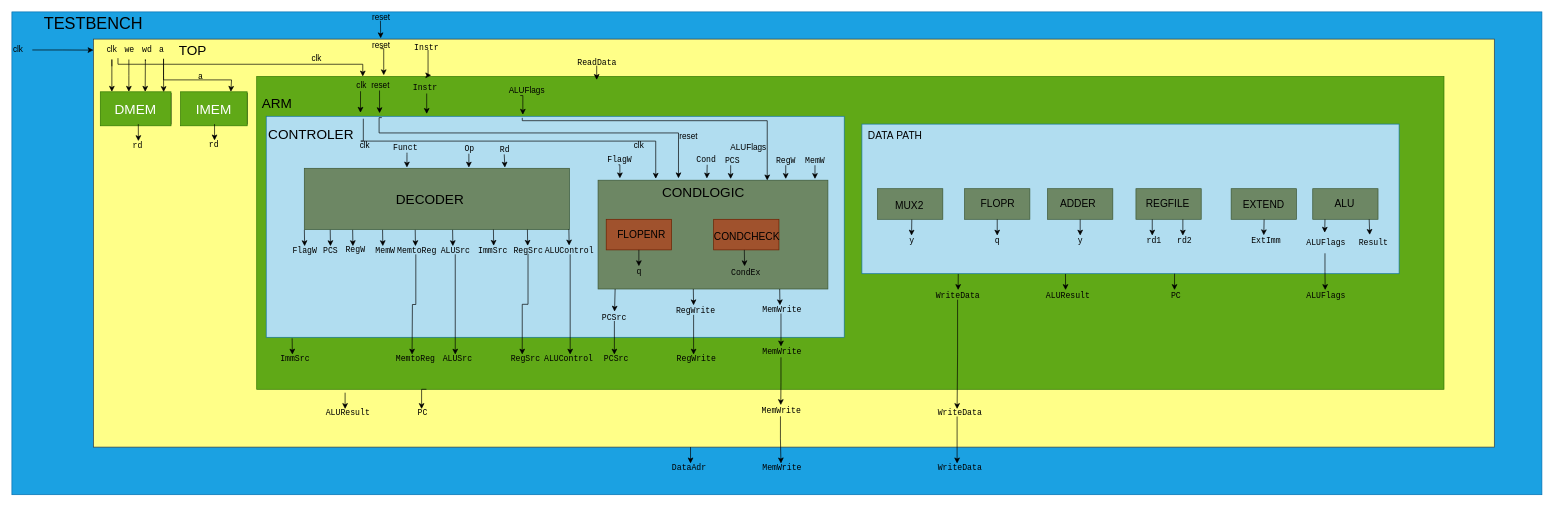
Before: ACSE.drawio in Lucas2408/ACSE, a draw.io diagram. Source tidied: cells renumbered, new cells numbered last; positions are measured from the earlier drawing's top-left corner, leaving out a move shared by most shapes. Both pictures are drawn from the tidied source at 68%, with x=0, y=0 at pixel (12, 12).
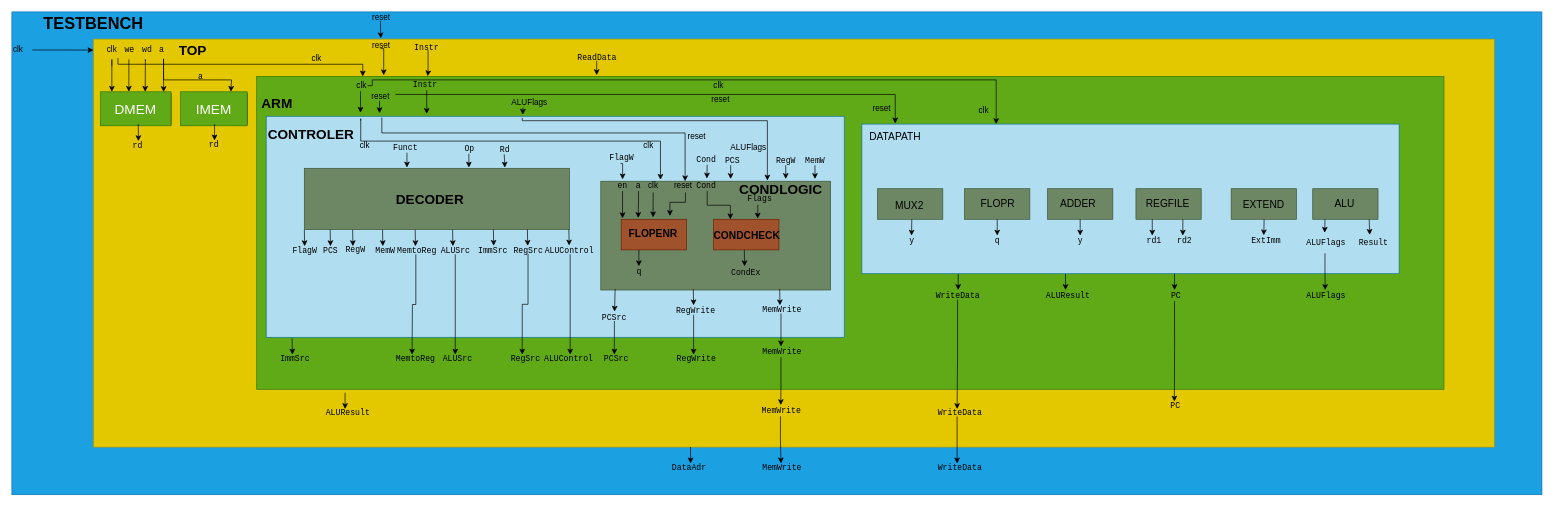
The same diagram, later.

The change refers to these unchanged cells:
```xml
<mxCell id="8" style="rounded=0;whiteSpace=wrap;html=1;fillColor=#60a917;fontColor=#ffffff;strokeColor=#2D7600;" parent="1" vertex="1">
  <mxGeometry x="360" y="95" width="1746" height="460" as="geometry" />
</mxCell>
<mxCell id="11" value="&lt;span style=&quot;font-family: monospace;&quot;&gt;Instr&lt;/span&gt;" style="text;html=1;align=left;verticalAlign=middle;whiteSpace=wrap;rounded=0;" parent="1" vertex="1">
  <mxGeometry x="590" y="47" width="44" height="9" as="geometry" />
</mxCell>
<mxCell id="17" style="rounded=0;whiteSpace=wrap;html=1;fillColor=#b1ddf0;strokeColor=#10739e;" parent="1" vertex="1">
  <mxGeometry x="374" y="153.5" width="850" height="325" as="geometry" />
</mxCell>
<mxCell id="18" style="rounded=0;whiteSpace=wrap;html=1;fillColor=#b1ddf0;strokeColor=#10739e;" parent="1" vertex="1">
  <mxGeometry x="1250" y="165" width="790" height="220" as="geometry" />
</mxCell>
<mxCell id="106" value="&lt;code&gt;PC&lt;/code&gt;" style="text;html=1;align=left;verticalAlign=middle;whiteSpace=wrap;rounded=0;" parent="1" vertex="1">
  <mxGeometry x="1702.5" y="409" width="14.5" height="16" as="geometry" />
</mxCell>
<mxCell id="141" value="clk" style="text;html=1;align=left;verticalAlign=middle;whiteSpace=wrap;rounded=0;" parent="1" vertex="1">
  <mxGeometry x="505" y="100" width="18" height="17" as="geometry" />
</mxCell>
```

What changed in the source:
```diff
@@
-    <mxCell id="3" style="rounded=0;whiteSpace=wrap;html=1;fillColor=#ffff88;strokeColor=#36393d;" parent="1" vertex="1">
+    <mxCell id="3" style="rounded=0;whiteSpace=wrap;html=1;fillColor=#e3c800;strokeColor=#B09500;fontColor=#000000;" parent="1" vertex="1">
       <mxGeometry x="120" y="40" width="2060" height="600" as="geometry" />
     </mxCell>
-    <mxCell id="4" value="&lt;font style=&quot;font-size: 24px;&quot;&gt;TESTBENCH&lt;/font&gt;" style="text;html=1;align=center;verticalAlign=middle;whiteSpace=wrap;rounded=0;" parent="1" vertex="1">
+    <mxCell id="4" value="&lt;font style=&quot;font-size: 24px;&quot;&gt;TESTBENCH&lt;/font&gt;" style="text;html=1;align=center;verticalAlign=middle;whiteSpace=wrap;rounded=0;fontStyle=1;fontColor=light-dark(#000000,#000000);" parent="1" vertex="1">
       <mxGeometry x="90" y="3" width="60" height="30" as="geometry" />
     </mxCell>
@@
-    <mxCell id="6" value="TOP&amp;nbsp;" style="text;html=1;align=center;verticalAlign=middle;whiteSpace=wrap;rounded=0;fontSize=20;" parent="1" vertex="1">
+    <mxCell id="6" value="TOP&amp;nbsp;" style="text;html=1;align=center;verticalAlign=middle;whiteSpace=wrap;rounded=0;fontSize=20;fontStyle=1;fontColor=light-dark(#000000,#000000);" parent="1" vertex="1">
       <mxGeometry x="220" y="31" width="98" height="50" as="geometry" />
     </mxCell>
@@
-    <mxCell id="16" value="ARM" style="text;html=1;align=center;verticalAlign=middle;whiteSpace=wrap;rounded=0;fontSize=20;" parent="1" vertex="1">
+    <mxCell id="16" value="ARM" style="text;html=1;align=center;verticalAlign=middle;whiteSpace=wrap;rounded=0;fontSize=20;fontStyle=1;fontColor=light-dark(#000000,#000000);" parent="1" vertex="1">
       <mxGeometry x="341" y="109" width="98" height="50" as="geometry" />
     </mxCell>
@@
-    <mxCell id="19" value="&lt;span style=&quot;font-size: 15px;&quot;&gt;DATA&amp;nbsp;&lt;/span&gt;&lt;span style=&quot;font-size: 15px; background-color: transparent; color: light-dark(rgb(0, 0, 0), rgb(255, 255, 255));&quot;&gt;PATH&lt;/span&gt;" style="text;html=1;align=center;verticalAlign=middle;whiteSpace=wrap;rounded=0;fontSize=20;" parent="1" vertex="1">
-      <mxGeometry x="1250" y="153.5" width="98" height="50" as="geometry" />
+    <mxCell id="19" value="&lt;span style=&quot;font-size: 15px;&quot;&gt;DATA&lt;/span&gt;&lt;span style=&quot;font-size: 15px; background-color: transparent; color: light-dark(rgb(0, 0, 0), rgb(255, 255, 255));&quot;&gt;PATH&lt;/span&gt;" style="text;html=1;align=center;verticalAlign=middle;whiteSpace=wrap;rounded=0;fontSize=20;" parent="1" vertex="1">
+      <mxGeometry x="1250" y="164" width="98" height="33.5" as="geometry" />
     </mxCell>
@@
     <mxCell id="21" style="rounded=0;whiteSpace=wrap;html=1;fillColor=#6d8764;fontColor=#ffffff;strokeColor=#3A5431;" parent="1" vertex="1">
-      <mxGeometry x="862" y="247.5" width="338" height="160" as="geometry" />
+      <mxGeometry x="866" y="249" width="338" height="160" as="geometry" />
     </mxCell>
     <mxCell id="22" style="rounded=0;whiteSpace=wrap;html=1;fillColor=#a0522d;fontColor=#ffffff;strokeColor=#6D1F00;" parent="1" vertex="1">
-      <mxGeometry x="874" y="305" width="96" height="45" as="geometry" />
+      <mxGeometry x="896" y="305" width="96" height="45" as="geometry" />
     </mxCell>
@@
-    <mxCell id="24" value="&lt;span style=&quot;font-size: 15px;&quot;&gt;CONDCHECK&lt;/span&gt;" style="text;html=1;align=center;verticalAlign=middle;whiteSpace=wrap;rounded=0;fontSize=20;" parent="1" vertex="1">
-      <mxGeometry x="1032" y="302.5" width="98" height="50" as="geometry" />
+    <mxCell id="24" value="&lt;span style=&quot;font-size: 15px;&quot;&gt;CONDCHECK&lt;/span&gt;" style="text;html=1;align=center;verticalAlign=middle;whiteSpace=wrap;rounded=0;fontSize=20;fontStyle=1;fontColor=light-dark(#000000,#000000);" parent="1" vertex="1">
+      <mxGeometry x="1032" y="305" width="98" height="42.5" as="geometry" />
     </mxCell>
@@
+    <mxCell id="175" style="edgeStyle=orthogonalEdgeStyle;rounded=0;jettySize=auto;html=1;exitX=0.5;exitY=1;exitDx=0;exitDy=0;entryX=0.5;entryY=0;entryDx=0;entryDy=0;" parent="1" edge="1" source="106" target="132">
+      <mxGeometry relative="1" as="geometry" />
+    </mxCell>
@@
-    <mxCell id="128" style="edgeStyle=orthogonalEdgeStyle;rounded=0;jettySize=auto;html=1;entryX=0.147;entryY=-0.004;entryDx=0;entryDy=0;entryPerimeter=0;" parent="1" edge="1" source="11" target="8">
+    <mxCell id="128" style="edgeStyle=orthogonalEdgeStyle;rounded=0;jettySize=auto;html=1;entryX=0.144;entryY=-0.001;entryDx=0;entryDy=0;entryPerimeter=0;" parent="1" edge="1" source="11" target="8">
       <mxGeometry relative="1" as="geometry">
         <Array as="points">
           <mxPoint x="612" y="90" />
-          <mxPoint x="612" y="90" />
+          <mxPoint x="611" y="90" />
         </Array>
       </mxGeometry>
     </mxCell>
@@
-    <mxCell id="132" value="&lt;code&gt;PC&lt;/code&gt;" style="text;html=1;align=left;verticalAlign=middle;whiteSpace=wrap;rounded=0;" parent="1" vertex="1">
-      <mxGeometry x="595" y="584" width="15" height="11" as="geometry" />
-    </mxCell>
-    <mxCell id="133" style="edgeStyle=orthogonalEdgeStyle;rounded=0;jettySize=auto;html=1;entryX=0.5;entryY=0;entryDx=0;entryDy=0;exitX=0.143;exitY=1;exitDx=0;exitDy=0;exitPerimeter=0;" parent="1" edge="1" source="8" target="132">
-      <mxGeometry relative="1" as="geometry" />
-    </mxCell>
     <mxCell id="134" value="&lt;code&gt;ReadData&lt;/code&gt;" style="text;html=1;align=left;verticalAlign=middle;whiteSpace=wrap;rounded=0;" parent="1" vertex="1">
-      <mxGeometry x="830" y="68" width="60" height="11" as="geometry" />
+      <mxGeometry x="830" y="61" width="60" height="11" as="geometry" />
     </mxCell>
     <mxCell id="135" style="edgeStyle=orthogonalEdgeStyle;rounded=0;jettySize=auto;html=1;exitX=0.5;exitY=1;exitDx=0;exitDy=0;" parent="1" edge="1" source="134">
       <mxGeometry relative="1" as="geometry">
-        <mxPoint x="860" y="100" as="targetPoint" />
+        <mxPoint x="860" y="93" as="targetPoint" />
       </mxGeometry>
     </mxCell>
@@
-    <mxCell id="138" value="CONTROLER" style="text;html=1;align=center;verticalAlign=middle;whiteSpace=wrap;rounded=0;fontSize=20;" parent="1" vertex="1">
+    <mxCell id="138" value="CONTROLER" style="text;html=1;align=center;verticalAlign=middle;whiteSpace=wrap;rounded=0;fontSize=20;fontStyle=1;fontColor=light-dark(#000000,#000000);" parent="1" vertex="1">
       <mxGeometry x="391" y="153.5" width="98" height="50" as="geometry" />
     </mxCell>
-    <mxCell id="139" value="DECODER" style="text;html=1;align=center;verticalAlign=middle;whiteSpace=wrap;rounded=0;fontSize=20;" parent="1" vertex="1">
+    <mxCell id="139" value="DECODER" style="text;html=1;align=center;verticalAlign=middle;whiteSpace=wrap;rounded=0;fontSize=20;fontStyle=1;fontColor=light-dark(#000000,#000000);" parent="1" vertex="1">
       <mxGeometry x="566" y="250" width="98" height="50" as="geometry" />
     </mxCell>
-    <mxCell id="140" value="CONDLOGIC" style="text;html=1;align=center;verticalAlign=middle;whiteSpace=wrap;rounded=0;fontSize=20;" parent="1" vertex="1">
-      <mxGeometry x="968" y="247" width="98" height="35" as="geometry" />
+    <mxCell id="140" value="CONDLOGIC" style="text;html=1;align=center;verticalAlign=middle;whiteSpace=wrap;rounded=0;fontSize=20;fontStyle=1;fontColor=light-dark(#000000,#000000);" parent="1" vertex="1">
+      <mxGeometry x="1082" y="248" width="98" height="23.2" as="geometry" />
     </mxCell>
+    <mxCell id="176" style="edgeStyle=orthogonalEdgeStyle;rounded=0;jettySize=auto;html=1;exitX=1;exitY=0.5;exitDx=0;exitDy=0;entryX=0.25;entryY=0;entryDx=0;entryDy=0;" parent="1" edge="1" source="141" target="18">
+      <mxGeometry relative="1" as="geometry">
+        <Array as="points">
+          <mxPoint x="530" y="108" />
+          <mxPoint x="530" y="100" />
+          <mxPoint x="1447" y="100" />
+        </Array>
+      </mxGeometry>
+    </mxCell>
@@
+    <mxCell id="177" style="edgeStyle=orthogonalEdgeStyle;rounded=0;jettySize=auto;html=1;exitX=1;exitY=0.25;exitDx=0;exitDy=0;" parent="1" edge="1" source="144" target="19">
+      <mxGeometry relative="1" as="geometry" />
+    </mxCell>
     <mxCell id="144" value="reset" style="text;html=1;align=left;verticalAlign=middle;whiteSpace=wrap;rounded=0;" parent="1" vertex="1">
-      <mxGeometry x="527" y="103.5" width="37" height="11.5" as="geometry" />
+      <mxGeometry x="527" y="118.5" width="37" height="11.5" as="geometry" />
     </mxCell>
     <mxCell id="145" value="ALUFlags" style="text;html=1;align=left;verticalAlign=middle;whiteSpace=wrap;rounded=0;" parent="1" vertex="1">
-      <mxGeometry x="729" y="109.6" width="37" height="13.4" as="geometry" />
+      <mxGeometry x="733" y="127.3" width="37" height="13.4" as="geometry" />
     </mxCell>
@@
     <mxCell id="148" value="&lt;span style=&quot;font-family: monospace;&quot;&gt;Instr&lt;/span&gt;" style="text;html=1;align=left;verticalAlign=middle;whiteSpace=wrap;rounded=0;" parent="1" vertex="1">
-      <mxGeometry x="588" y="104" width="44" height="16" as="geometry" />
+      <mxGeometry x="588" y="99" width="44" height="16" as="geometry" />
     </mxCell>
@@
-    <mxCell id="154" style="edgeStyle=orthogonalEdgeStyle;rounded=0;jettySize=auto;html=1;exitX=0.168;exitY=0.011;exitDx=0;exitDy=0;entryX=0.251;entryY=-0.013;entryDx=0;entryDy=0;exitPerimeter=0;entryPerimeter=0;" parent="1" edge="1" source="17" target="21">
+    <mxCell id="154" style="edgeStyle=orthogonalEdgeStyle;rounded=0;orthogonalLoop=1;jettySize=auto;html=1;entryX=0.251;entryY=-0.013;entryDx=0;entryDy=0;entryPerimeter=0;" parent="1" edge="1">
       <mxGeometry relative="1" as="geometry">
+        <mxPoint x="513" y="160" as="sourcePoint" />
+        <mxPoint x="953.8" y="246.9" as="targetPoint" />
         <Array as="points">
+          <mxPoint x="513" y="157" />
           <mxPoint x="513" y="190" />
-          <mxPoint x="940" y="190" />
+          <mxPoint x="954" y="190" />
         </Array>
       </mxGeometry>
     </mxCell>
@@
     <mxCell id="156" value="clk" style="text;html=1;align=left;verticalAlign=middle;whiteSpace=wrap;rounded=0;" parent="1" vertex="1">
-      <mxGeometry x="913" y="181.5" width="18" height="30" as="geometry" />
+      <mxGeometry x="927" y="181.5" width="18" height="30" as="geometry" />
     </mxCell>
@@
     <mxCell id="158" value="reset" style="text;html=1;align=left;verticalAlign=middle;whiteSpace=wrap;rounded=0;" parent="1" vertex="1">
-      <mxGeometry x="979.5" y="167.5" width="37" height="30" as="geometry" />
+      <mxGeometry x="992" y="167.5" width="37" height="30" as="geometry" />
     </mxCell>
-    <mxCell id="159" style="edgeStyle=orthogonalEdgeStyle;rounded=0;jettySize=auto;html=1;exitX=0.2;exitY=0.006;exitDx=0;exitDy=0;exitPerimeter=0;entryX=0.125;entryY=-0.065;entryDx=0;entryDy=0;entryPerimeter=0;" parent="1" edge="1" source="17" target="140">
+    <mxCell id="159" style="edgeStyle=orthogonalEdgeStyle;rounded=0;jettySize=auto;html=1;exitX=0.2;exitY=0.006;exitDx=0;exitDy=0;exitPerimeter=0;" parent="1" edge="1" source="17" target="21">
       <mxGeometry relative="1" as="geometry">
         <Array as="points">
-          <mxPoint x="540" y="178" />
-          <mxPoint x="980" y="178" />
+          <mxPoint x="544" y="178" />
+          <mxPoint x="990" y="178" />
         </Array>
       </mxGeometry>
     </mxCell>
-    <mxCell id="160" style="edgeStyle=orthogonalEdgeStyle;rounded=0;jettySize=auto;html=1;exitX=0.443;exitY=0.007;exitDx=0;exitDy=0;exitPerimeter=0;entryX=0.736;entryY=0.002;entryDx=0;entryDy=0;entryPerimeter=0;" parent="1" edge="1" source="17" target="21">
+    <mxCell id="160" style="edgeStyle=orthogonalEdgeStyle;rounded=0;jettySize=auto;html=1;exitX=0.443;exitY=0.007;exitDx=0;exitDy=0;exitPerimeter=0;" parent="1" edge="1" source="17" target="140">
       <mxGeometry relative="1" as="geometry">
         <Array as="points">
           <mxPoint x="751" y="160" />
           <mxPoint x="1111" y="160" />
         </Array>
       </mxGeometry>
     </mxCell>
@@
-    <mxCell id="162" value="&lt;span style=&quot;font-size: 15px;&quot;&gt;FLOPENR&lt;/span&gt;" style="text;html=1;align=center;verticalAlign=middle;whiteSpace=wrap;rounded=0;fontSize=20;" parent="1" vertex="1">
-      <mxGeometry x="877" y="300" width="98" height="50" as="geometry" />
+    <mxCell id="162" value="&lt;span style=&quot;font-size: 15px;&quot;&gt;FLOPENR&lt;/span&gt;" style="text;html=1;align=center;verticalAlign=middle;whiteSpace=wrap;rounded=0;fontSize=20;fontStyle=1;fontColor=light-dark(#000000,#000000);" parent="1" vertex="1">
+      <mxGeometry x="894" y="297.5" width="98" height="50" as="geometry" />
     </mxCell>
@@
     <mxCell id="165" value="&lt;font face=&quot;monospace&quot;&gt;FlagW&lt;/font&gt;" style="text;html=1;align=left;verticalAlign=middle;whiteSpace=wrap;rounded=0;" parent="1" vertex="1">
-      <mxGeometry x="874" y="208.8" width="36" height="16" as="geometry" />
+      <mxGeometry x="877" y="207" width="36" height="16" as="geometry" />
     </mxCell>
@@
+    <mxCell id="178" style="edgeStyle=orthogonalEdgeStyle;rounded=0;jettySize=auto;html=1;exitX=0.5;exitY=1;exitDx=0;exitDy=0;entryX=0.25;entryY=0;entryDx=0;entryDy=0;" parent="1" edge="1" source="179" target="24">
+      <mxGeometry relative="1" as="geometry" />
+    </mxCell>
+    <mxCell id="179" value="&lt;font face=&quot;monospace&quot;&gt;Cond&lt;/font&gt;" style="text;html=1;align=left;verticalAlign=middle;whiteSpace=wrap;rounded=0;" parent="1" vertex="1">
+      <mxGeometry x="1005" y="247.5" width="35" height="16" as="geometry" />
+    </mxCell>
+    <mxCell id="180" value="&lt;font face=&quot;monospace&quot;&gt;Flags&lt;/font&gt;" style="text;html=1;align=left;verticalAlign=middle;whiteSpace=wrap;rounded=0;" parent="1" vertex="1">
+      <mxGeometry x="1080" y="267" width="35" height="16" as="geometry" />
+    </mxCell>
+    <mxCell id="181" style="edgeStyle=orthogonalEdgeStyle;rounded=0;jettySize=auto;html=1;entryX=0.66;entryY=-0.023;entryDx=0;entryDy=0;entryPerimeter=0;exitX=0.486;exitY=1.044;exitDx=0;exitDy=0;exitPerimeter=0;" parent="1" edge="1" source="180" target="24">
+      <mxGeometry relative="1" as="geometry" />
+    </mxCell>
+    <mxCell id="182" style="edgeStyle=orthogonalEdgeStyle;rounded=0;jettySize=auto;html=1;entryX=0.499;entryY=0.031;entryDx=0;entryDy=0;entryPerimeter=0;exitX=0.5;exitY=1;exitDx=0;exitDy=0;" parent="1" edge="1" source="183">
+      <mxGeometry relative="1" as="geometry">
+        <mxPoint x="942.9" y="302.1" as="targetPoint" />
+      </mxGeometry>
+    </mxCell>
+    <mxCell id="183" value="clk" style="text;html=1;align=left;verticalAlign=middle;whiteSpace=wrap;rounded=0;" parent="1" vertex="1">
+      <mxGeometry x="934" y="245.5" width="18" height="20" as="geometry" />
+    </mxCell>
+    <mxCell id="184" value="reset" style="text;html=1;align=left;verticalAlign=middle;whiteSpace=wrap;rounded=0;" parent="1" vertex="1">
+      <mxGeometry x="972" y="246" width="37" height="19.5" as="geometry" />
+    </mxCell>
+    <mxCell id="185" style="edgeStyle=orthogonalEdgeStyle;rounded=0;jettySize=auto;html=1;exitX=0.5;exitY=1;exitDx=0;exitDy=0;entryX=0.752;entryY=0.051;entryDx=0;entryDy=0;entryPerimeter=0;" parent="1" edge="1" source="184" target="162">
+      <mxGeometry relative="1" as="geometry">
+        <Array as="points">
+          <mxPoint x="991" y="280" />
+          <mxPoint x="968" y="280" />
+        </Array>
+      </mxGeometry>
+    </mxCell>
+    <mxCell id="186" value="&lt;font face=&quot;monospace&quot;&gt;en&lt;/font&gt;" style="text;html=1;align=left;verticalAlign=middle;whiteSpace=wrap;rounded=0;" parent="1" vertex="1">
+      <mxGeometry x="888.5" y="247.8" width="19" height="16" as="geometry" />
+    </mxCell>
+    <mxCell id="187" style="edgeStyle=orthogonalEdgeStyle;rounded=0;jettySize=auto;html=1;exitX=0.5;exitY=1;exitDx=0;exitDy=0;entryX=0.095;entryY=-0.017;entryDx=0;entryDy=0;entryPerimeter=0;" parent="1" edge="1" source="186">
+      <mxGeometry relative="1" as="geometry">
+        <mxPoint x="898" y="303.5" as="targetPoint" />
+        <Array as="points">
+          <mxPoint x="898" y="274" />
+        </Array>
+      </mxGeometry>
+    </mxCell>
+    <mxCell id="188" value="&lt;font face=&quot;monospace&quot;&gt;a&lt;/font&gt;" style="text;html=1;align=left;verticalAlign=middle;whiteSpace=wrap;rounded=0;" parent="1" vertex="1">
+      <mxGeometry x="916" y="247.5" width="11" height="16" as="geometry" />
+    </mxCell>
+    <mxCell id="189" style="edgeStyle=orthogonalEdgeStyle;rounded=0;jettySize=auto;html=1;exitX=0.5;exitY=1;exitDx=0;exitDy=0;entryX=0.095;entryY=-0.017;entryDx=0;entryDy=0;entryPerimeter=0;" parent="1" edge="1" source="188">
+      <mxGeometry relative="1" as="geometry">
+        <mxPoint x="921" y="303" as="targetPoint" />
+        <Array as="points">
+          <mxPoint x="921" y="273.5" />
+        </Array>
+      </mxGeometry>
+    </mxCell>
+    <mxCell id="190" value="clk" style="text;html=1;align=left;verticalAlign=middle;whiteSpace=wrap;rounded=0;" parent="1" vertex="1">
+      <mxGeometry x="1030" y="99" width="18" height="17" as="geometry" />
+    </mxCell>
+    <mxCell id="191" value="reset" style="text;html=1;align=left;verticalAlign=middle;whiteSpace=wrap;rounded=0;" parent="1" vertex="1">
+      <mxGeometry x="1027" y="123" width="37" height="11.5" as="geometry" />
+    </mxCell>
+    <mxCell id="192" value="clk" style="text;html=1;align=left;verticalAlign=middle;whiteSpace=wrap;rounded=0;" parent="1" vertex="1">
+      <mxGeometry x="1420" y="136.5" width="18" height="17" as="geometry" />
+    </mxCell>
+    <mxCell id="193" value="reset" style="text;html=1;align=left;verticalAlign=middle;whiteSpace=wrap;rounded=0;" parent="1" vertex="1">
+      <mxGeometry x="1264" y="136.5" width="37" height="11.5" as="geometry" />
+    </mxCell>
+    <mxCell id="132" value="&lt;code&gt;PC&lt;/code&gt;" style="text;html=1;align=left;verticalAlign=middle;whiteSpace=wrap;rounded=0;" parent="1" vertex="1">
+      <mxGeometry x="1702" y="573" width="15" height="11" as="geometry" />
+    </mxCell>
```
